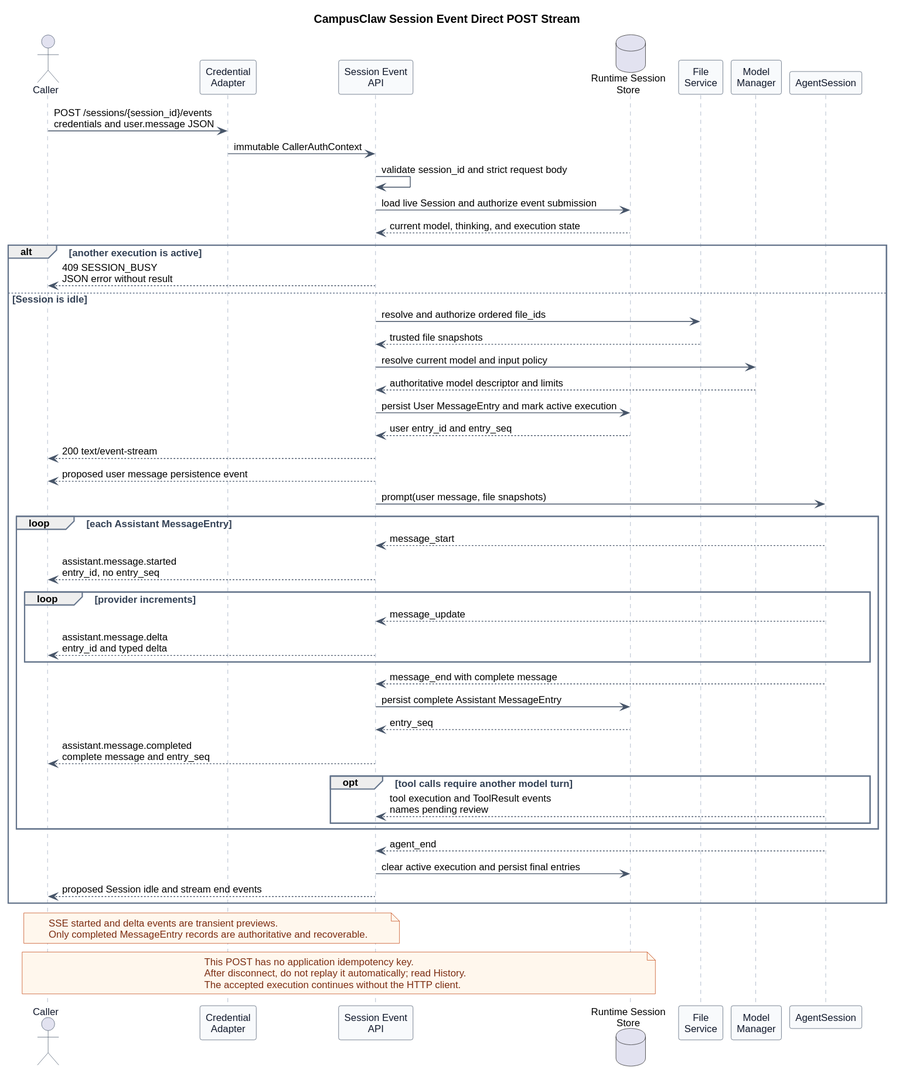
Before: pi-mono-java-manager-driven-multi-agent-runtime/http_session_event_stream.svg, a diagram exported from PlantUML (ssm0808/pi-mono-java-design).
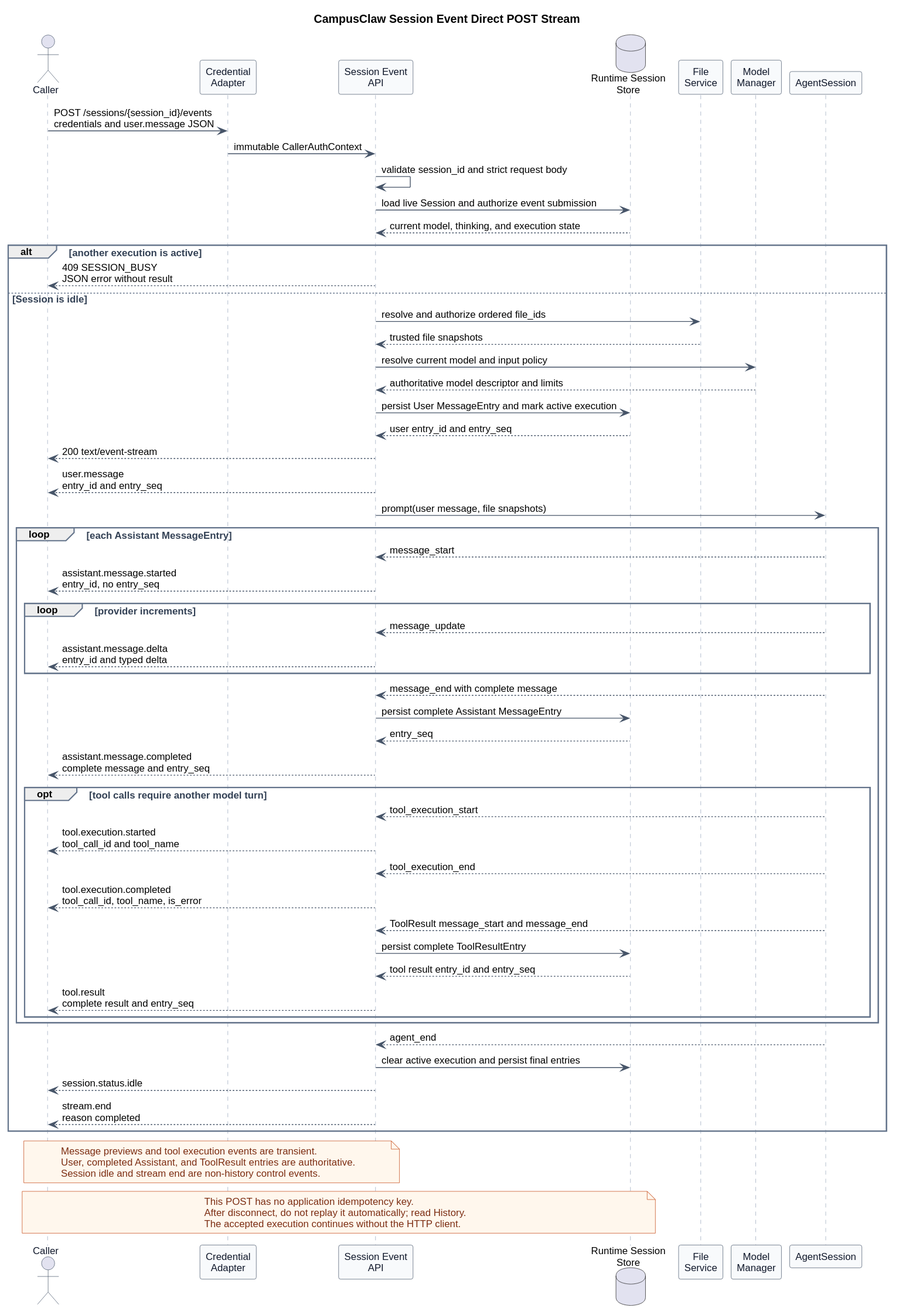
After the commit.

Commit message:
docs(api): confirm session event success stream

Change to the diagram source:
```diff
@@ -48,7 +48,7 @@
   API -> Store : persist User MessageEntry and mark active execution
   Store --> API : user entry_id and entry_seq
   API --> Caller : 200 text/event-stream
-  API --> Caller : proposed user message persistence event
+  API --> Caller : user.message\nentry_id and entry_seq
   API -> AgentSession : prompt(user message, file snapshots)
 
   loop each Assistant MessageEntry
@@ -63,18 +63,27 @@
     Store --> API : entry_seq
     API --> Caller : assistant.message.completed\ncomplete message and entry_seq
     opt tool calls require another model turn
-      AgentSession --> API : tool execution and ToolResult events\nnames pending review
+      AgentSession --> API : tool_execution_start
+      API --> Caller : tool.execution.started\ntool_call_id and tool_name
+      AgentSession --> API : tool_execution_end
+      API --> Caller : tool.execution.completed\ntool_call_id, tool_name, is_error
+      AgentSession --> API : ToolResult message_start and message_end
+      API -> Store : persist complete ToolResultEntry
+      Store --> API : tool result entry_id and entry_seq
+      API --> Caller : tool.result\ncomplete result and entry_seq
     end
   end
 
   AgentSession --> API : agent_end
   API -> Store : clear active execution and persist final entries
-  API --> Caller : proposed Session idle and stream end events
+  API --> Caller : session.status.idle
+  API --> Caller : stream.end\nreason completed
 end
 
 note over API,Caller
-SSE started and delta events are transient previews.
-Only completed MessageEntry records are authoritative and recoverable.
+Message previews and tool execution events are transient.
+User, completed Assistant, and ToolResult entries are authoritative.
+Session idle and stream end are non-history control events.
 end note
 
 note over Caller,Store
```
